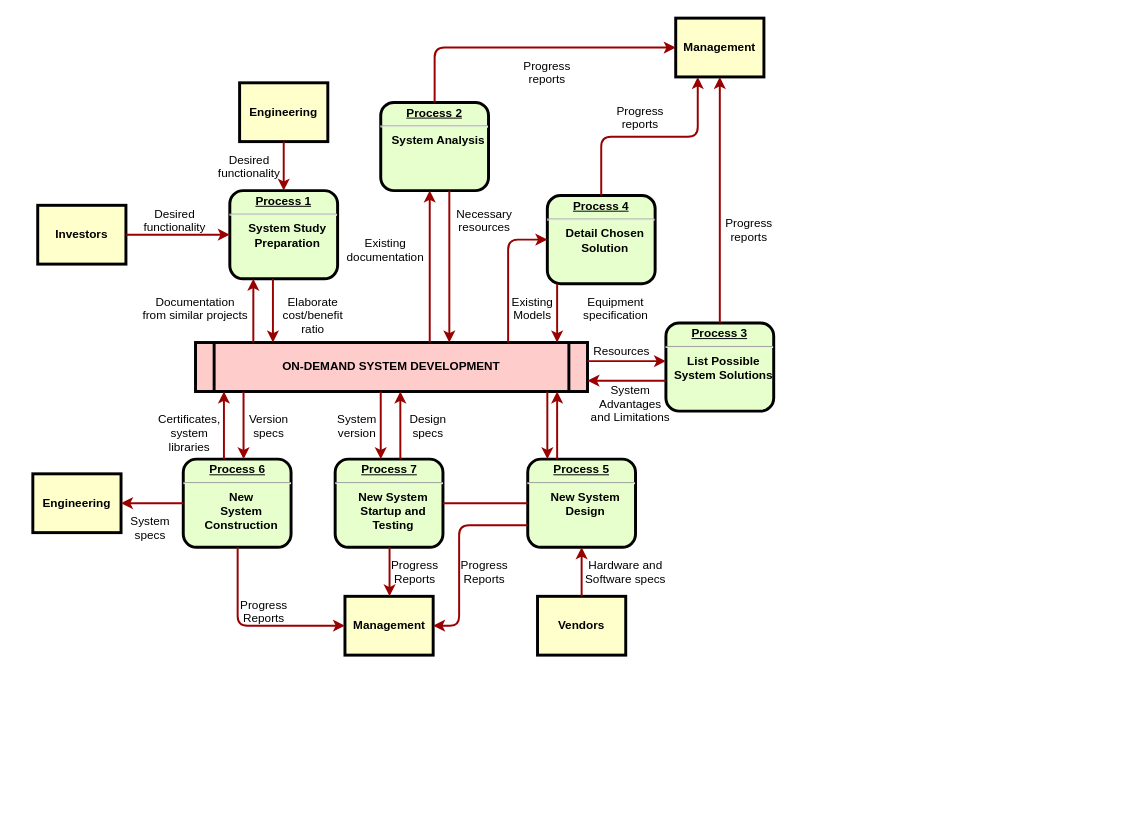
Above: 毕业论文框架图.drawio in KirisaameMarisa/draw.io (draw.io), before the change. Source tidied: cells renumbered, new cells numbered last; positions are measured from the earlier drawing's top-left corner, leaving out a move shared by most shapes. Both pictures are drawn from the tidied source at 98%, with x=0, y=0 at pixel (32, 18). Pictures stored in the file or linked from it are replaced by grey dashed boxes.
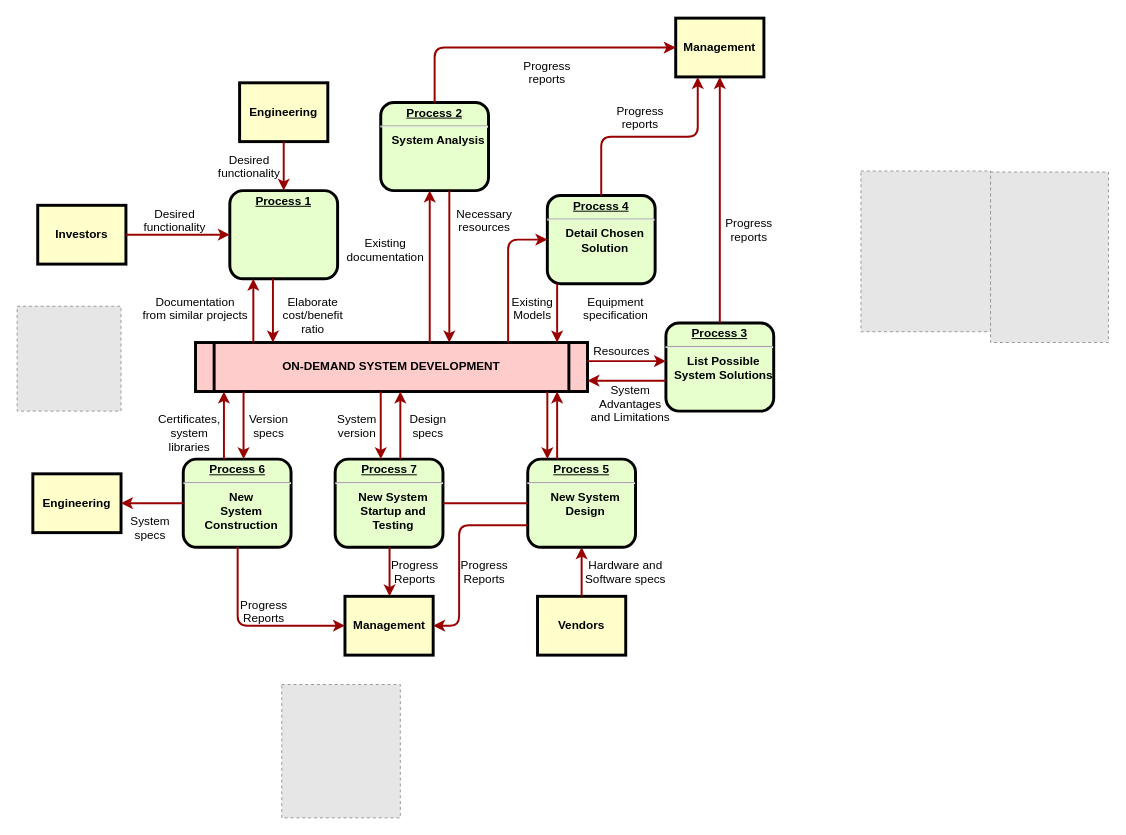
The same page after the edit.

Commit message (it also covers changes not shown here):
更新毕业论文框架图.drawio

Change to the diagram source:
```diff
@@
-    <mxCell id="2" value="&lt;p style=&quot;margin: 0px; margin-top: 4px; text-align: center; text-decoration: underline;&quot;&gt;&lt;strong&gt;Process 1&lt;br /&gt;&lt;/strong&gt;&lt;/p&gt;&lt;hr /&gt;&lt;p style=&quot;margin: 0px; margin-left: 8px;&quot;&gt;System Study&lt;/p&gt;&lt;p style=&quot;margin: 0px; margin-left: 8px;&quot;&gt;Preparation&lt;/p&gt;" style="verticalAlign=middle;align=center;overflow=fill;fontSize=12;fontFamily=Helvetica;html=1;rounded=1;fontStyle=1;strokeWidth=3;fillColor=#E6FFCC;" parent="1" vertex="1">
+    <mxCell id="2" value="&lt;p style=&quot;margin: 0px; margin-top: 4px; text-align: center; text-decoration: underline;&quot;&gt;&lt;strong&gt;Process 1&lt;/strong&gt;&lt;/p&gt;&lt;p style=&quot;margin: 0px; margin-left: 8px;&quot;&gt;&lt;br&gt;&lt;/p&gt;" style="verticalAlign=middle;align=center;overflow=fill;fontSize=12;fontFamily=Helvetica;html=1;rounded=1;fontStyle=1;strokeWidth=3;fillColor=#E6FFCC;" parent="1" vertex="1">
       <mxGeometry x="201" y="176" width="110" height="90" as="geometry" />
     </mxCell>
@@
+    <mxCell id="63" style="fillColor=#E6E6E6;strokeColor=#999999;dashed=1;verticalLabelPosition=bottom;labelBackgroundColor=default;verticalAlign=top;" parent="1" vertex="1">
+      <mxGeometry x="-16" y="294" width="106" height="107" as="geometry" />
+    </mxCell>
+    <mxCell id="64" style="fillColor=#E6E6E6;strokeColor=#999999;dashed=1;verticalLabelPosition=bottom;labelBackgroundColor=default;verticalAlign=top;" parent="1" vertex="1">
+      <mxGeometry x="845" y="156" width="132.3" height="164" as="geometry" />
+    </mxCell>
+    <mxCell id="65" style="fillColor=#E6E6E6;strokeColor=#999999;dashed=1;verticalLabelPosition=bottom;labelBackgroundColor=default;verticalAlign=top;" parent="1" vertex="1">
+      <mxGeometry x="977.3" y="157" width="120.3" height="174" as="geometry" />
+    </mxCell>
+    <mxCell id="66" style="fillColor=#E6E6E6;strokeColor=#999999;dashed=1;verticalLabelPosition=bottom;labelBackgroundColor=default;verticalAlign=top;" parent="1" vertex="1">
+      <mxGeometry x="254" y="680" width="121" height="136" as="geometry" />
+    </mxCell>
```
